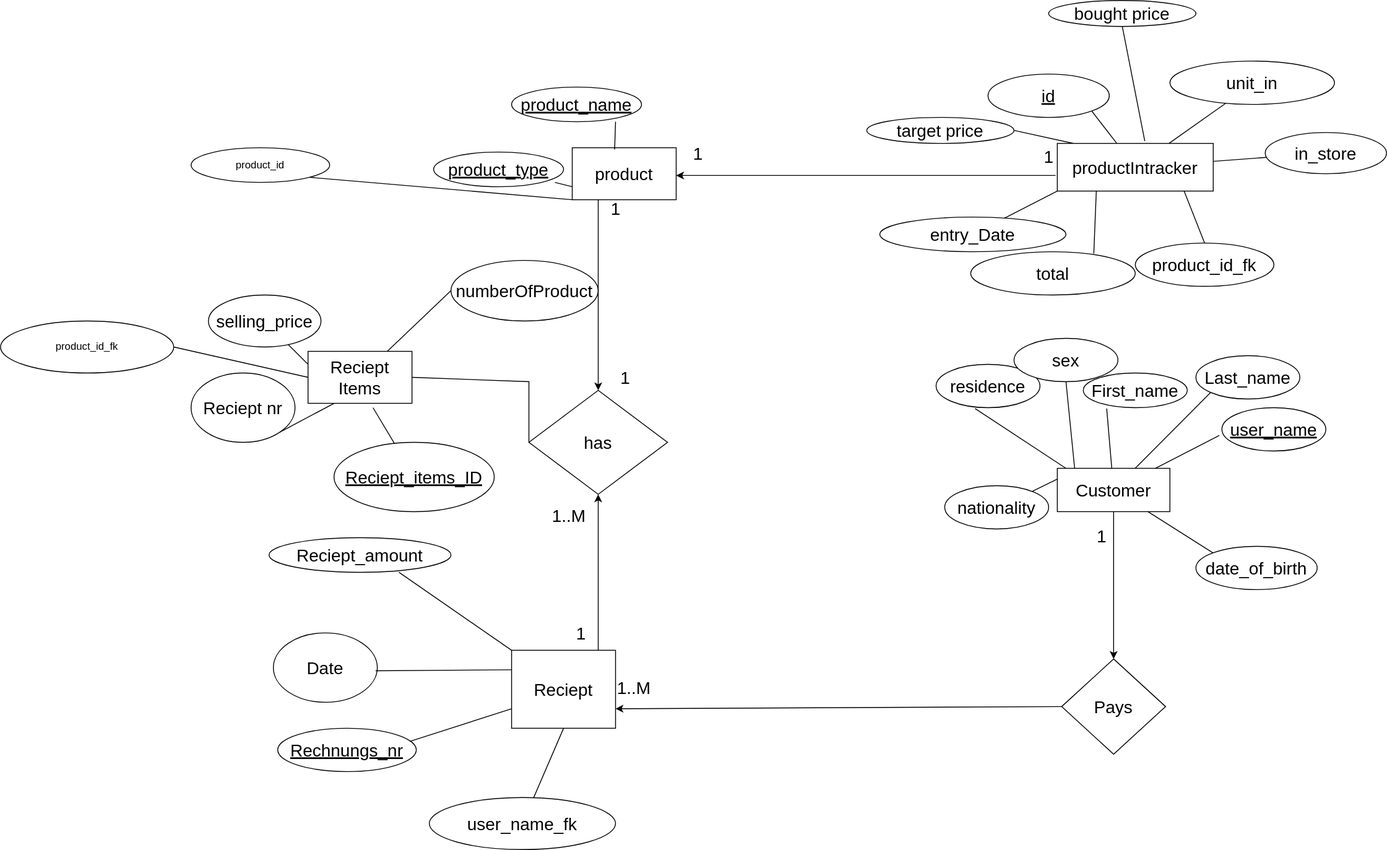
Before: svgfiles/DiyaDesktop13.svg, a diagram exported from draw.io (bishalmhrjan/JavaFX-Employee-Customer-Product-Manager). Source tidied: cells renumbered, new cells last; positions are measured from the earlier drawing's top-left corner, leaving out a move shared by most shapes.
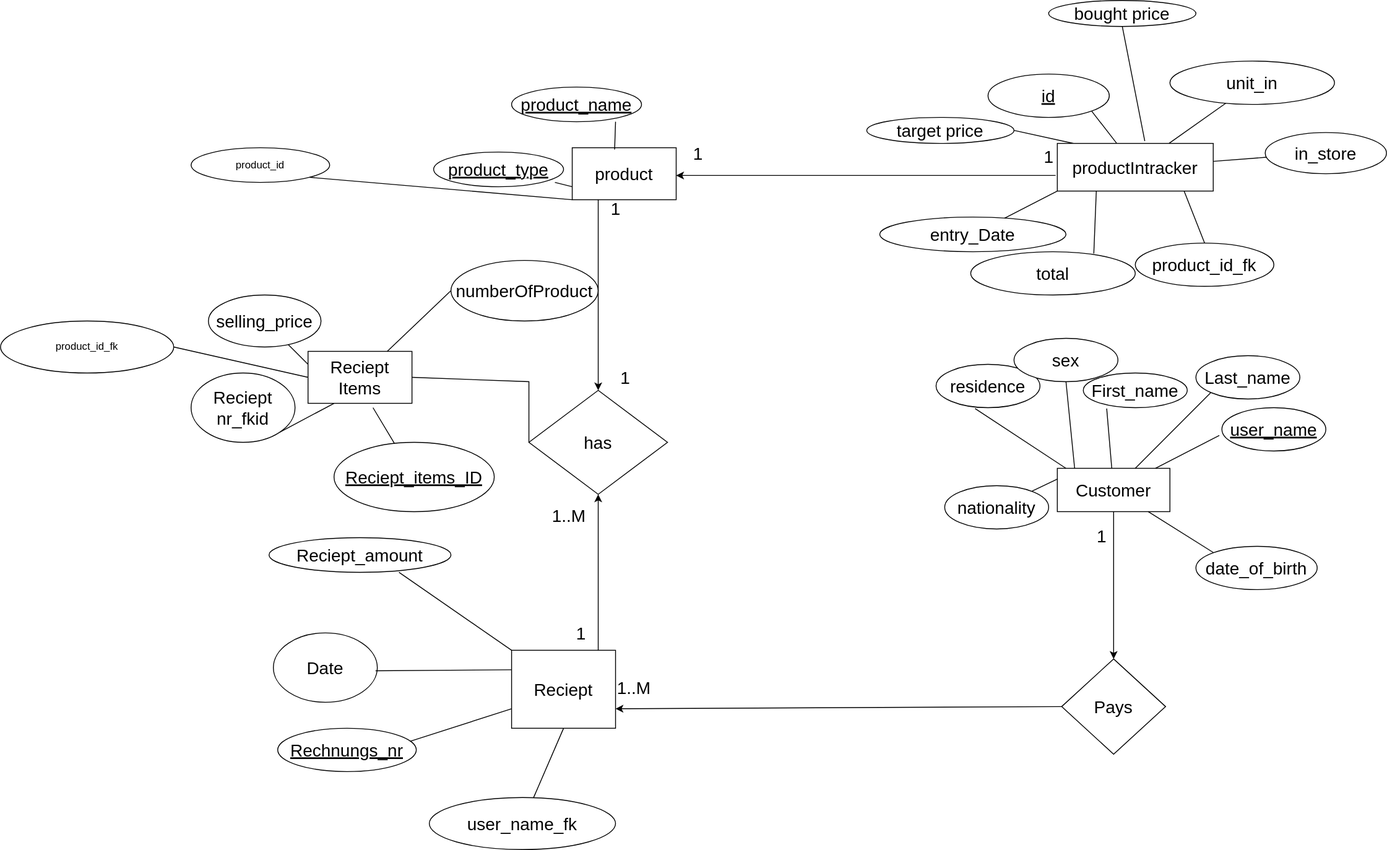
The same diagram one commit later.

Diff of the diagram source:
```diff
@@ -161,7 +161,7 @@
     <mxCell id="47" value="Reciept Items" style="rounded=0;whiteSpace=wrap;html=1;fontSize=20;" parent="1" vertex="1">
       <mxGeometry x="355" y="405" width="120" height="60" as="geometry" />
     </mxCell>
-    <mxCell id="48" value="Reciept nr" style="ellipse;whiteSpace=wrap;html=1;fontSize=20;" parent="1" vertex="1">
+    <mxCell id="48" value="Reciept nr_fkid" style="ellipse;whiteSpace=wrap;html=1;fontSize=20;" parent="1" vertex="1">
       <mxGeometry x="220" y="430" width="120" height="80" as="geometry" />
     </mxCell>
     <mxCell id="49" style="endArrow=none;html=1;rounded=0;fontSize=20;entryX=0.25;entryY=1;entryDx=0;entryDy=0;exitX=1;exitY=1;exitDx=0;exitDy=0;" parent="1" edge="1" source="48" target="47">
```
